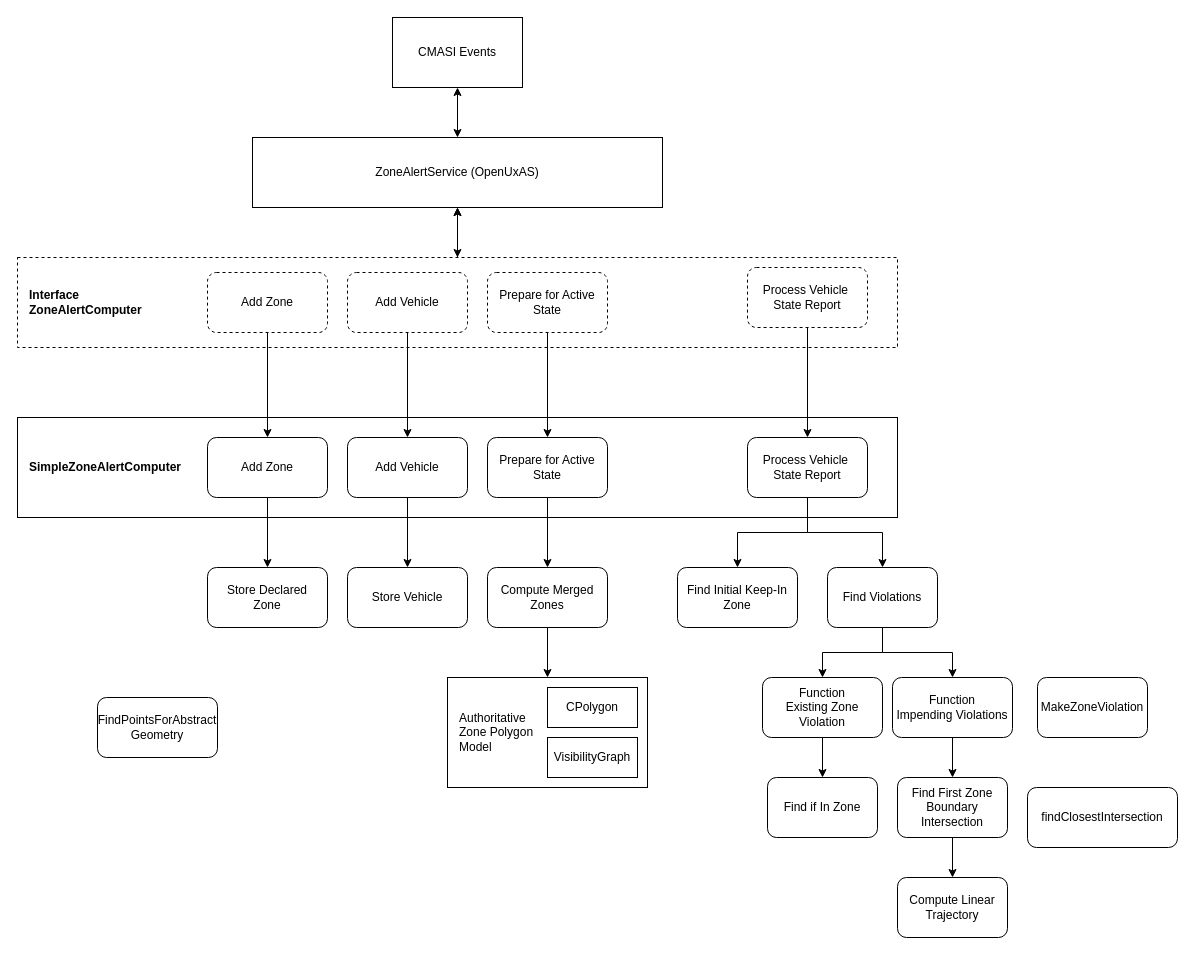
Before: doc/assurance/ZoneAlertService/3-Specification/B-Design/basicArchitecture.drawio in jrowanhill/OpenUxAS-ZoneAlert, a draw.io diagram. Source tidied: cells renumbered, new cells numbered last; positions are measured from the earlier drawing's top-left corner, leaving out a move shared by most shapes. Both pictures are drawn from the tidied source at 100%, with x=0, y=0 at pixel (17, 17).
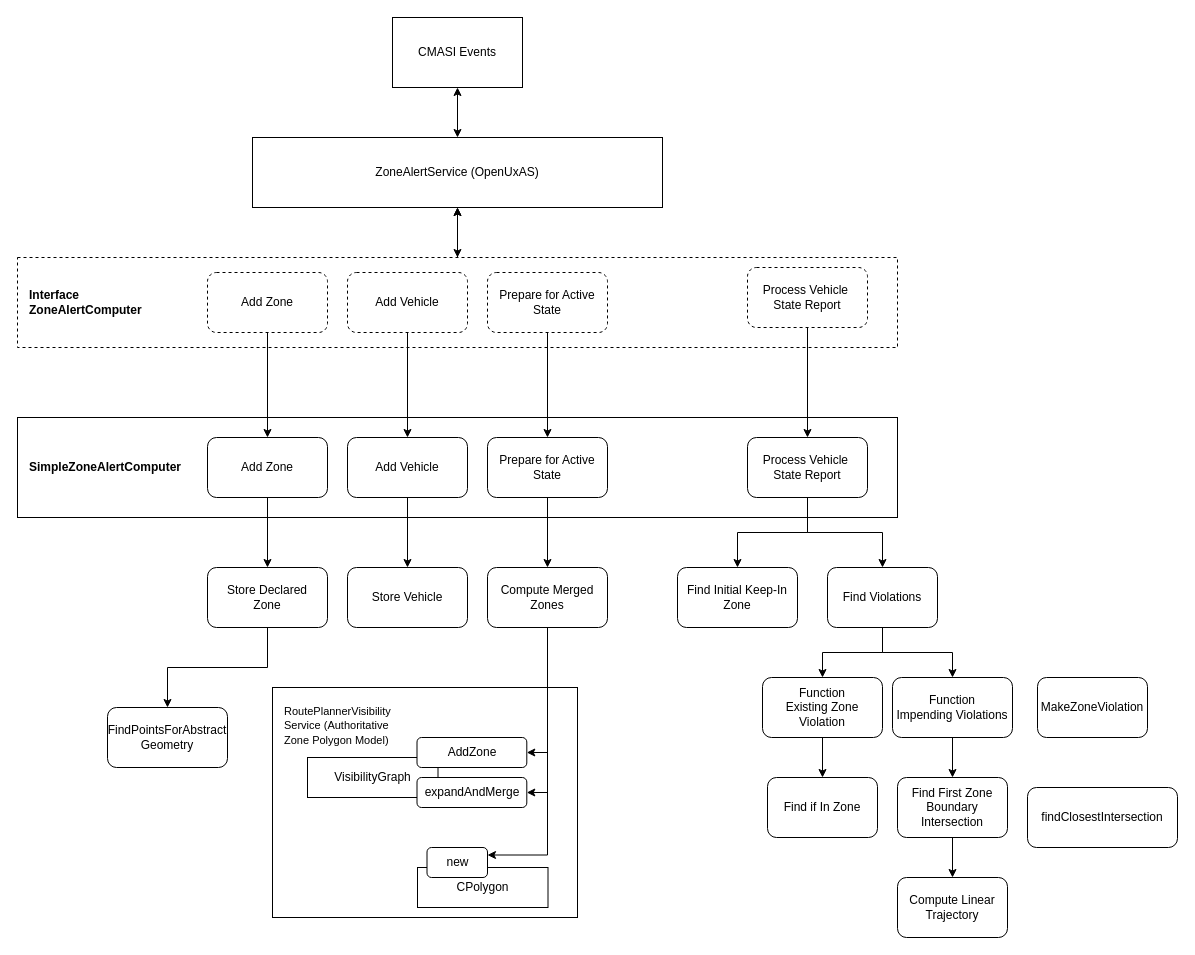
Above is the later version.

The change refers to these unchanged cells:
```xml
<mxCell id="30" value="Compute Merged Zones" style="rounded=1;whiteSpace=wrap;html=1;" parent="1" vertex="1">
  <mxGeometry x="470" y="550" width="120" height="60" as="geometry" />
</mxCell>
<mxCell id="37" value="&lt;div&gt;Store Declared&lt;/div&gt;&lt;div&gt;Zone&lt;/div&gt;" style="rounded=1;whiteSpace=wrap;html=1;" parent="1" vertex="1">
  <mxGeometry x="190" y="550" width="120" height="60" as="geometry" />
</mxCell>
```

Change to the diagram source:
```diff
@@
+    <mxCell id="32" value="&lt;font style=&quot;font-size: 11px;&quot;&gt;RoutePlanner&lt;/font&gt;&lt;span style=&quot;font-size: 11px; background-color: initial;&quot;&gt;Visibility&lt;/span&gt;&lt;div&gt;&lt;span style=&quot;font-size: 11px; background-color: initial;&quot;&gt;Service&amp;nbsp;&lt;/span&gt;&lt;span style=&quot;font-size: 11px; background-color: initial;&quot;&gt;(Authoritative&amp;nbsp;&lt;/span&gt;&lt;/div&gt;&lt;div&gt;&lt;span style=&quot;font-size: 11px; background-color: initial;&quot;&gt;Zone Polygon&amp;nbsp;&lt;/span&gt;&lt;span style=&quot;font-size: 11px; background-color: initial;&quot;&gt;Model)&lt;/span&gt;&lt;/div&gt;" style="rounded=0;whiteSpace=wrap;html=1;align=left;spacing=12;horizontal=1;verticalAlign=top;" parent="1" vertex="1">
+      <mxGeometry x="255" y="670" width="305" height="230" as="geometry" />
+    </mxCell>
+    <mxCell id="34" value="VisibilityGraph" style="rounded=0;whiteSpace=wrap;html=1;" parent="1" vertex="1">
+      <mxGeometry x="290" y="740" width="130.5" height="40" as="geometry" />
+    </mxCell>
+    <mxCell id="31" style="group;" parent="1" vertex="1">
+      <mxGeometry x="385" y="650" width="290" height="200" as="geometry" />
+    </mxCell>
+    <mxCell id="49" value="&lt;div&gt;AddZone&lt;/div&gt;" style="rounded=1;whiteSpace=wrap;html=1;" parent="31" vertex="1">
+      <mxGeometry x="14.5" y="70" width="109.8" height="30" as="geometry" />
+    </mxCell>
+    <mxCell id="50" value="&lt;div&gt;expandAndMerge&lt;/div&gt;" style="rounded=1;whiteSpace=wrap;html=1;" parent="31" vertex="1">
+      <mxGeometry x="14.5" y="110" width="109.8" height="30" as="geometry" />
+    </mxCell>
@@
-    <mxCell id="29" style="edgeStyle=orthogonalEdgeStyle;rounded=0;jettySize=auto;html=1;exitX=0.5;exitY=1;exitDx=0;exitDy=0;entryX=0.5;entryY=0;entryDx=0;entryDy=0;" parent="1" edge="1" source="30" target="32">
-      <mxGeometry relative="1" as="geometry" />
+    <mxCell id="29" style="edgeStyle=orthogonalEdgeStyle;rounded=0;jettySize=auto;html=1;exitX=0.5;exitY=1;exitDx=0;exitDy=0;entryX=1;entryY=0.5;entryDx=0;entryDy=0;" parent="1" edge="1" source="30" target="49">
+      <mxGeometry relative="1" as="geometry">
+        <Array as="points">
+          <mxPoint x="530" y="735" />
+        </Array>
+      </mxGeometry>
     </mxCell>
+    <mxCell id="51" style="edgeStyle=orthogonalEdgeStyle;rounded=0;jettySize=auto;html=1;exitX=0.5;exitY=1;exitDx=0;exitDy=0;entryX=1;entryY=0.5;entryDx=0;entryDy=0;" parent="1" edge="1" source="30" target="50">
+      <mxGeometry relative="1" as="geometry">
+        <Array as="points">
+          <mxPoint x="530" y="775" />
+        </Array>
+      </mxGeometry>
+    </mxCell>
+    <mxCell id="52" style="edgeStyle=orthogonalEdgeStyle;rounded=0;jettySize=auto;html=1;exitX=0.5;exitY=1;exitDx=0;exitDy=0;entryX=1;entryY=0.25;entryDx=0;entryDy=0;" parent="1" edge="1" source="30" target="54">
+      <mxGeometry relative="1" as="geometry" />
+    </mxCell>
@@
-    <mxCell id="31" style="group;" parent="1" vertex="1">
-      <mxGeometry x="430" y="660" width="200" height="110" as="geometry" />
-    </mxCell>
-    <mxCell id="32" value="Authoritative&lt;br&gt;Zone Polygon&lt;br&gt;Model" style="rounded=0;whiteSpace=wrap;html=1;align=left;spacing=12;" parent="31" vertex="1">
-      <mxGeometry width="200" height="110" as="geometry" />
-    </mxCell>
-    <mxCell id="33" value="CPolygon" style="rounded=0;whiteSpace=wrap;html=1;" parent="31" vertex="1">
-      <mxGeometry x="100" y="10" width="90" height="40" as="geometry" />
-    </mxCell>
-    <mxCell id="34" value="VisibilityGraph" style="rounded=0;whiteSpace=wrap;html=1;" parent="31" vertex="1">
-      <mxGeometry x="100" y="60" width="90" height="40" as="geometry" />
-    </mxCell>
@@
+    <mxCell id="53" style="edgeStyle=orthogonalEdgeStyle;rounded=0;jettySize=auto;html=1;exitX=0.5;exitY=1;exitDx=0;exitDy=0;" parent="1" edge="1" source="37" target="47">
+      <mxGeometry relative="1" as="geometry" />
+    </mxCell>
@@
     <mxCell id="47" value="&lt;div&gt;FindPointsForAbstract&lt;/div&gt;&lt;div&gt;Geometry&lt;/div&gt;" style="rounded=1;whiteSpace=wrap;html=1;" parent="1" vertex="1">
-      <mxGeometry x="80" y="680" width="120" height="60" as="geometry" />
+      <mxGeometry x="90" y="690" width="120" height="60" as="geometry" />
     </mxCell>
@@
+    <mxCell id="33" value="CPolygon" style="rounded=0;whiteSpace=wrap;html=1;" parent="1" vertex="1">
+      <mxGeometry x="400" y="850" width="130.5" height="40" as="geometry" />
+    </mxCell>
+    <mxCell id="54" value="&lt;div&gt;new&lt;/div&gt;" style="rounded=1;whiteSpace=wrap;html=1;" parent="1" vertex="1">
+      <mxGeometry x="409.5" y="830" width="60.5" height="30" as="geometry" />
+    </mxCell>
```
